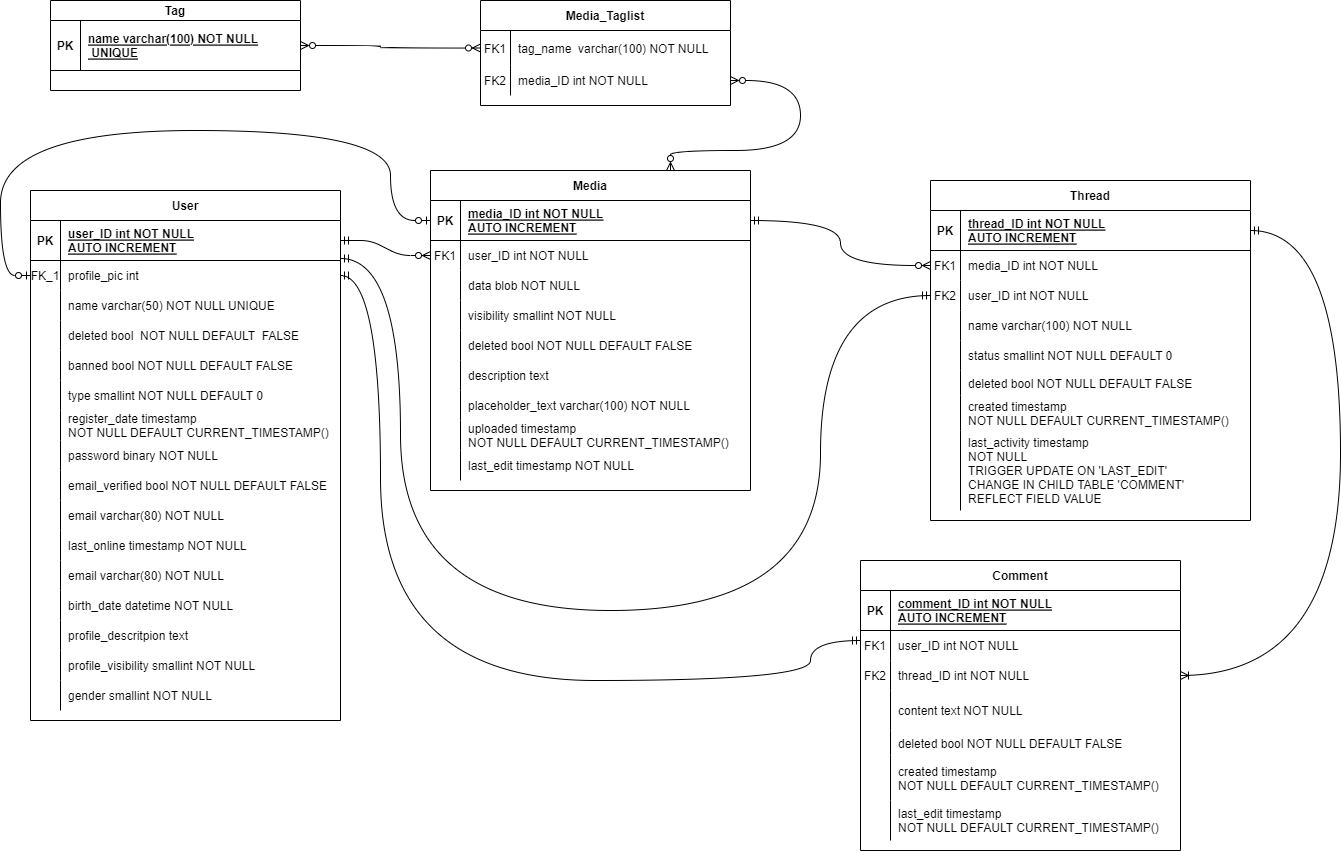
This is docs/dev/db/img/VisualPosting_R_schema_phase_02.drawio.png from gombosg21/vizsgaremek, a draw.io export, as it was before one commit. Source tidied: cells renumbered, new cells last; positions are measured from the earlier drawing's top-left corner, leaving out a move shared by most shapes.
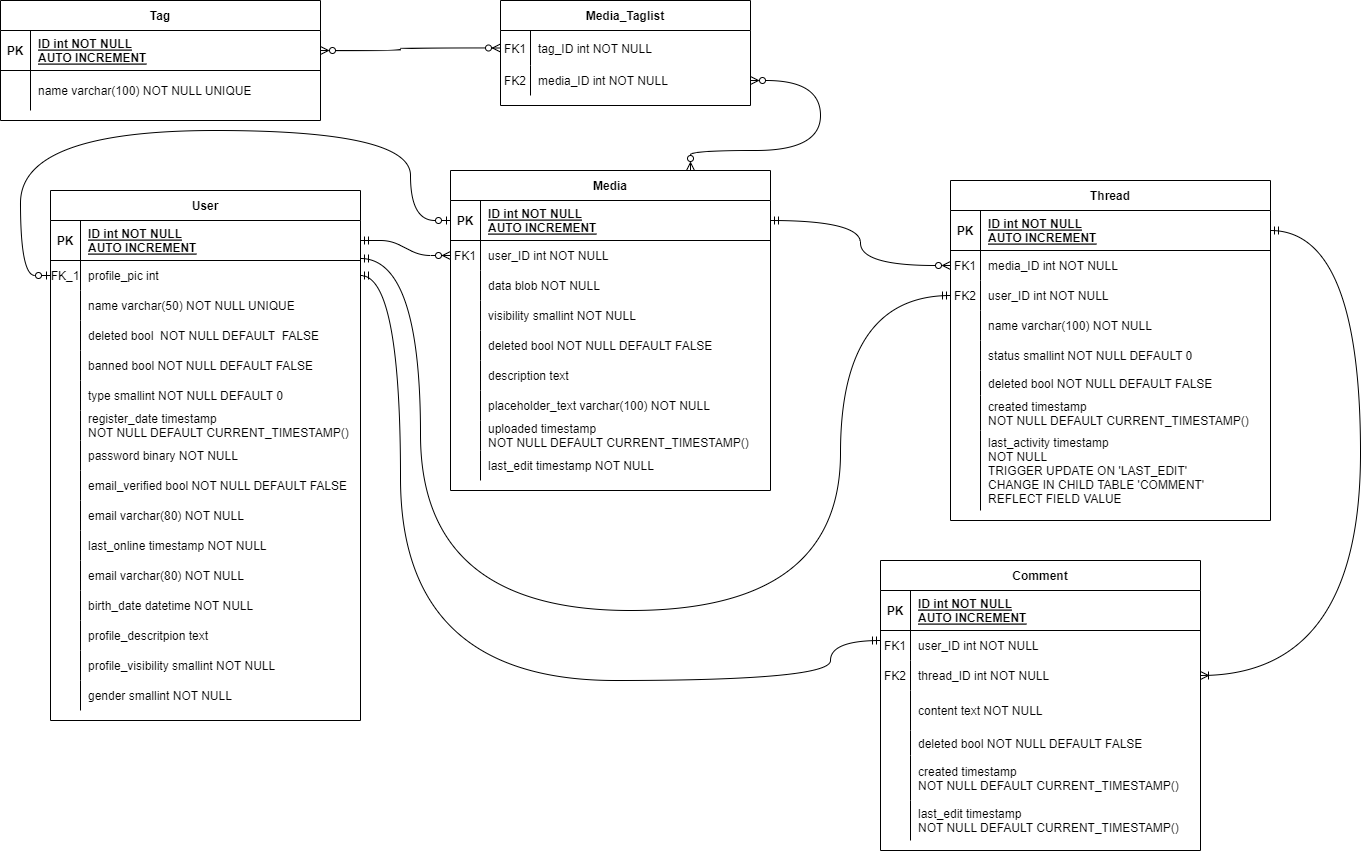
The same file after the commit.

What changed in the source:
```diff
@@ -14,7 +14,7 @@
     <mxCell id="5" value="PK" style="shape=partialRectangle;overflow=hidden;fillColor=none;top=0;left=0;bottom=0;right=0;fontStyle=1;" parent="4" vertex="1">
       <mxGeometry width="30" height="40" as="geometry" />
     </mxCell>
-    <mxCell id="6" value="media_ID int NOT NULL &#10;AUTO INCREMENT" style="shape=partialRectangle;overflow=hidden;fillColor=none;top=0;left=0;bottom=0;right=0;align=left;spacingLeft=6;fontStyle=5;" parent="4" vertex="1">
+    <mxCell id="6" value="ID int NOT NULL &#10;AUTO INCREMENT" style="shape=partialRectangle;overflow=hidden;fillColor=none;top=0;left=0;bottom=0;right=0;align=left;spacingLeft=6;fontStyle=5;" parent="4" vertex="1">
       <mxGeometry x="30" width="290" height="40" as="geometry" />
     </mxCell>
     <mxCell id="7" style="shape=partialRectangle;fillColor=none;points=[[0,0.5],[1,0.5]];portConstraint=eastwest;top=0;left=0;right=0;bottom=0;" parent="3" vertex="1">
@@ -98,7 +98,7 @@
     <mxCell id="33" value="PK" style="shape=partialRectangle;overflow=hidden;fillColor=none;top=0;left=0;bottom=0;right=0;fontStyle=1;" parent="32" vertex="1">
       <mxGeometry width="30" height="40" as="geometry" />
     </mxCell>
-    <mxCell id="34" value="user_ID int NOT NULL &#10;AUTO INCREMENT" style="shape=partialRectangle;overflow=hidden;fillColor=none;top=0;left=0;bottom=0;right=0;align=left;spacingLeft=6;fontStyle=5;" parent="32" vertex="1">
+    <mxCell id="34" value="ID int NOT NULL &#10;AUTO INCREMENT" style="shape=partialRectangle;overflow=hidden;fillColor=none;top=0;left=0;bottom=0;right=0;align=left;spacingLeft=6;fontStyle=5;" parent="32" vertex="1">
       <mxGeometry x="30" width="280" height="40" as="geometry" />
     </mxCell>
     <mxCell id="35" style="shape=partialRectangle;fillColor=none;points=[[0,0.5],[1,0.5]];portConstraint=eastwest;top=0;left=0;right=0;bottom=0;" parent="31" vertex="1">
@@ -236,18 +236,6 @@
     <mxCell id="79" value="gender smallint NOT NULL" style="shape=partialRectangle;overflow=hidden;fillColor=none;top=0;left=0;bottom=0;right=0;align=left;spacingLeft=6;" parent="77" vertex="1">
       <mxGeometry x="30" width="280" height="30" as="geometry" />
     </mxCell>
-    <mxCell id="80" value="Tag" style="shape=table;startSize=20;rowLines=0;fontStyle=1;align=center;" parent="1" vertex="1">
-      <mxGeometry x="50" width="250" height="90" as="geometry" />
-    </mxCell>
-    <mxCell id="81" style="shape=partialRectangle;fillColor=none;points=[[0,0.5],[1,0.5]];portConstraint=eastwest;top=0;left=0;right=0;bottom=1;" parent="80" vertex="1">
-      <mxGeometry y="20" width="250" height="50" as="geometry" />
-    </mxCell>
-    <mxCell id="82" value="PK" style="shape=partialRectangle;overflow=hidden;fillColor=none;top=0;left=0;bottom=0;right=0;fontStyle=1;" parent="81" vertex="1">
-      <mxGeometry width="30" height="50" as="geometry" />
-    </mxCell>
-    <mxCell id="83" value="name varchar(100) NOT NULL&#10; UNIQUE" style="shape=partialRectangle;overflow=hidden;fillColor=none;top=0;left=0;bottom=0;right=0;align=left;spacingLeft=6;fontStyle=5;" parent="81" vertex="1">
-      <mxGeometry x="30" width="220" height="50" as="geometry" />
-    </mxCell>
     <mxCell id="84" value="Media_Taglist" style="shape=table;startSize=30;rowLines=0;fontStyle=1;align=center;" parent="1" vertex="1">
       <mxGeometry x="480" width="250" height="105" as="geometry" />
     </mxCell>
@@ -257,7 +245,7 @@
     <mxCell id="86" value="FK1" style="shape=partialRectangle;overflow=hidden;fillColor=none;top=0;left=0;bottom=0;right=0;" parent="85" vertex="1">
       <mxGeometry width="30" height="35" as="geometry" />
     </mxCell>
-    <mxCell id="87" value="tag_name  varchar(100) NOT NULL" style="shape=partialRectangle;overflow=hidden;fillColor=none;top=0;left=0;bottom=0;right=0;align=left;spacingLeft=6;" parent="85" vertex="1">
+    <mxCell id="87" value="tag_ID int NOT NULL" style="shape=partialRectangle;overflow=hidden;fillColor=none;top=0;left=0;bottom=0;right=0;align=left;spacingLeft=6;" parent="85" vertex="1">
       <mxGeometry x="30" width="220" height="35" as="geometry" />
     </mxCell>
     <mxCell id="88" style="shape=partialRectangle;fillColor=none;points=[[0,0.5],[1,0.5]];portConstraint=eastwest;top=0;left=0;right=0;bottom=0;" parent="84" vertex="1">
@@ -269,11 +257,11 @@
     <mxCell id="90" value="media_ID int NOT NULL" style="shape=partialRectangle;overflow=hidden;fillColor=none;top=0;left=0;bottom=0;right=0;align=left;spacingLeft=6;" parent="88" vertex="1">
       <mxGeometry x="30" width="220" height="30" as="geometry" />
     </mxCell>
-    <mxCell id="91" style="edgeStyle=orthogonalEdgeStyle;curved=1;rounded=0;jettySize=auto;html=1;exitX=0;exitY=0.5;exitDx=0;exitDy=0;entryX=1;entryY=0.5;entryDx=0;entryDy=0;startArrow=ERzeroToMany;startFill=0;endArrow=ERzeroToMany;endFill=0;" parent="1" edge="1" source="85" target="81">
+    <mxCell id="91" style="edgeStyle=orthogonalEdgeStyle;curved=1;rounded=0;jettySize=auto;html=1;exitX=0;exitY=0.5;exitDx=0;exitDy=0;startArrow=ERzeroToMany;startFill=0;endArrow=ERzeroToMany;endFill=0;entryX=1;entryY=0.5;entryDx=0;entryDy=0;" parent="1" edge="1" source="85" target="145">
       <mxGeometry relative="1" as="geometry">
         <Array as="points">
           <mxPoint x="380" y="48" />
-          <mxPoint x="380" y="45" />
+          <mxPoint x="380" y="50" />
         </Array>
       </mxGeometry>
     </mxCell>
@@ -305,7 +293,7 @@
     <mxCell id="96" value="PK" style="shape=partialRectangle;overflow=hidden;fillColor=none;top=0;left=0;bottom=0;right=0;fontStyle=1;" parent="95" vertex="1">
       <mxGeometry width="30" height="40" as="geometry" />
     </mxCell>
-    <mxCell id="97" value="thread_ID int NOT NULL &#10;AUTO INCREMENT" style="shape=partialRectangle;overflow=hidden;fillColor=none;top=0;left=0;bottom=0;right=0;align=left;spacingLeft=6;fontStyle=5;" parent="95" vertex="1">
+    <mxCell id="97" value="ID int NOT NULL &#10;AUTO INCREMENT" style="shape=partialRectangle;overflow=hidden;fillColor=none;top=0;left=0;bottom=0;right=0;align=left;spacingLeft=6;fontStyle=5;" parent="95" vertex="1">
       <mxGeometry x="30" width="290" height="40" as="geometry" />
     </mxCell>
     <mxCell id="98" style="shape=partialRectangle;fillColor=none;points=[[0,0.5],[1,0.5]];portConstraint=eastwest;top=0;left=0;right=0;bottom=0;" parent="94" vertex="1">
@@ -380,7 +368,7 @@
     <mxCell id="121" value="PK" style="shape=partialRectangle;overflow=hidden;fillColor=none;top=0;left=0;bottom=0;right=0;fontStyle=1;" parent="120" vertex="1">
       <mxGeometry width="30" height="40" as="geometry" />
     </mxCell>
-    <mxCell id="122" value="comment_ID int NOT NULL &#10;AUTO INCREMENT" style="shape=partialRectangle;overflow=hidden;fillColor=none;top=0;left=0;bottom=0;right=0;align=left;spacingLeft=6;fontStyle=5;" parent="120" vertex="1">
+    <mxCell id="122" value="ID int NOT NULL &#10;AUTO INCREMENT" style="shape=partialRectangle;overflow=hidden;fillColor=none;top=0;left=0;bottom=0;right=0;align=left;spacingLeft=6;fontStyle=5;" parent="120" vertex="1">
       <mxGeometry x="30" width="290" height="40" as="geometry" />
     </mxCell>
     <mxCell id="123" style="shape=partialRectangle;fillColor=none;points=[[0,0.5],[1,0.5]];portConstraint=eastwest;top=0;left=0;right=0;bottom=0;" parent="119" vertex="1">
@@ -468,5 +456,26 @@
         </Array>
       </mxGeometry>
     </mxCell>
+    <mxCell id="80" value="Tag" style="shape=table;startSize=30;rowLines=0;fontStyle=1;align=center;" parent="1" vertex="1">
+      <mxGeometry x="-20" width="320" height="120" as="geometry" />
+    </mxCell>
+    <mxCell id="145" style="shape=partialRectangle;fillColor=none;points=[[0,0.5],[1,0.5]];portConstraint=eastwest;top=0;left=0;right=0;bottom=1;" parent="80" vertex="1">
+      <mxGeometry y="30" width="320" height="40" as="geometry" />
+    </mxCell>
+    <mxCell id="82" value="PK" style="shape=partialRectangle;overflow=hidden;fillColor=none;top=0;left=0;bottom=0;right=0;fontStyle=1;" parent="145" vertex="1">
+      <mxGeometry width="30" height="40" as="geometry" />
+    </mxCell>
+    <mxCell id="146" value="ID int NOT NULL &#10;AUTO INCREMENT" style="shape=partialRectangle;overflow=hidden;fillColor=none;top=0;left=0;bottom=0;right=0;align=left;spacingLeft=6;fontStyle=5;" parent="145" vertex="1">
+      <mxGeometry x="30" width="290" height="40" as="geometry" />
+    </mxCell>
+    <mxCell id="147" style="shape=partialRectangle;fillColor=none;top=0;left=0;right=0;bottom=0;" parent="80" vertex="1">
+      <mxGeometry y="70" width="320" height="40" as="geometry" />
+    </mxCell>
+    <mxCell id="148" style="shape=partialRectangle;overflow=hidden;fillColor=none;top=0;left=0;bottom=0;right=0;" parent="147" vertex="1">
+      <mxGeometry width="30" height="40" as="geometry" />
+    </mxCell>
+    <mxCell id="83" value="name varchar(100) NOT NULL UNIQUE" style="shape=partialRectangle;overflow=hidden;fillColor=none;top=0;left=0;bottom=0;right=0;align=left;spacingLeft=6;" parent="147" vertex="1">
+      <mxGeometry x="30" width="290" height="40" as="geometry" />
+    </mxCell>
   </root>
 </mxGraphModel>
```
